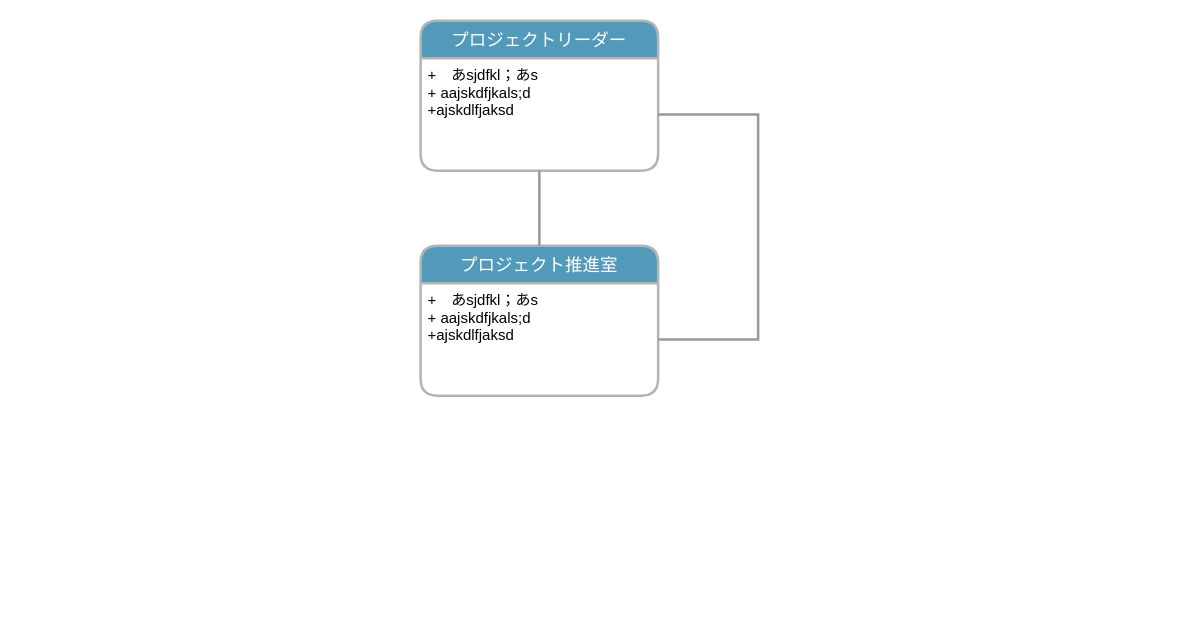
YuseiKawai/Otsuka keeps this draw.io diagram as page "PJ_structure" (5 of 8) of DDProcess.drawio. Above is the earlier version. Source tidied: cells renumbered, new cells numbered last; positions are measured from the earlier drawing's top-left corner, leaving out a move shared by most shapes. Both pictures are drawn from the tidied source at 125%, with x=0, y=0 at pixel (420, 20).
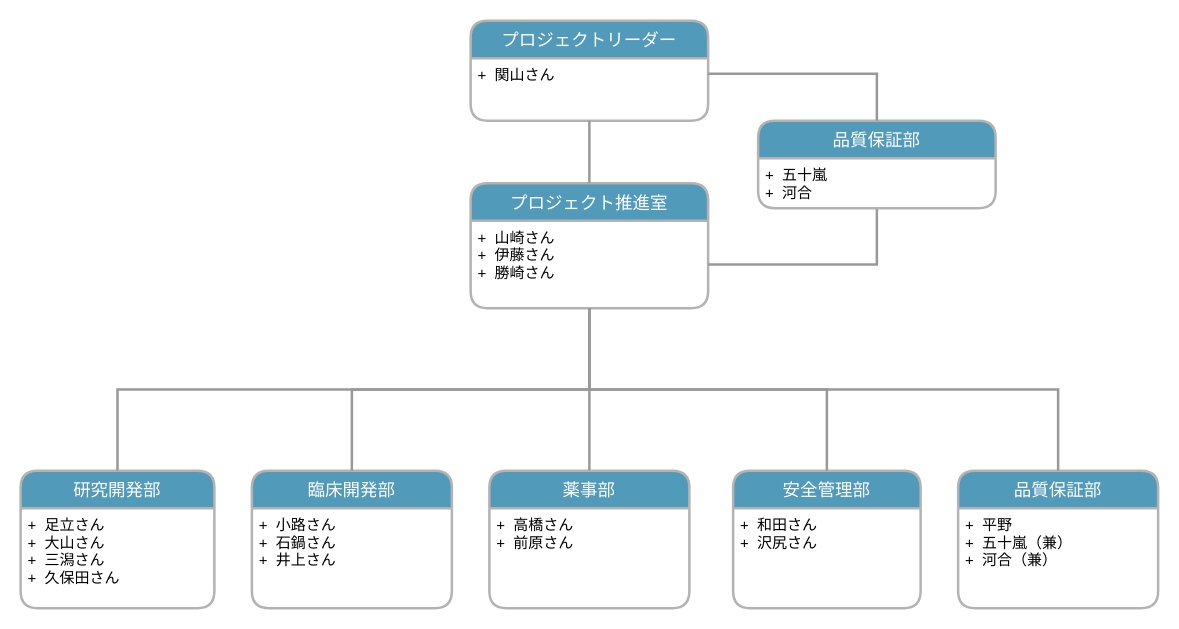
After the change.

What changed in the source:
```diff
@@
     <mxCell id="2" value="プロジェクトリーダー" style="swimlane;horizontal=1;startSize=30;rounded=1;fontSize=14;fontStyle=0;strokeWidth=2;shadow=0;dashed=0;align=center;fillColor=#529ABA;fontColor=#FFFFFF;strokeColor=#B3B3B3;" parent="1" vertex="1">
-      <mxGeometry width="190" height="120" as="geometry" />
+      <mxGeometry x="40" width="190" height="80" as="geometry" />
     </mxCell>
-    <mxCell id="3" value="+　あsjdfkl；あs&#10;+ aajskdfjkals;d&#10;+ajskdlfjaksd&#10;" style="align=left;strokeColor=none;fillColor=none;spacingLeft=4;fontSize=12;verticalAlign=top;" parent="2" vertex="1">
-      <mxGeometry y="30" width="190" height="90" as="geometry" />
+    <mxCell id="3" value="+  関山さん" style="align=left;strokeColor=none;fillColor=none;spacingLeft=4;fontSize=12;verticalAlign=top;" parent="2" vertex="1">
+      <mxGeometry y="30" width="190" height="50" as="geometry" />
     </mxCell>
     <mxCell id="4" value="プロジェクト推進室" style="swimlane;horizontal=1;startSize=30;rounded=1;fontSize=14;fontStyle=0;strokeWidth=2;shadow=0;dashed=0;align=center;fillColor=#529ABA;fontColor=#FFFFFF;strokeColor=#B3B3B3;" parent="1" vertex="1">
-      <mxGeometry y="180" width="190" height="120" as="geometry" />
+      <mxGeometry x="40" y="130" width="190" height="100" as="geometry" />
     </mxCell>
-    <mxCell id="5" value="+　あsjdfkl；あs&#10;+ aajskdfjkals;d&#10;+ajskdlfjaksd&#10;" style="align=left;strokeColor=none;fillColor=none;spacingLeft=4;fontSize=12;verticalAlign=top;" parent="4" vertex="1">
-      <mxGeometry y="30" width="190" height="90" as="geometry" />
+    <mxCell id="5" value="+  山崎さん&#10;+  伊藤さん&#10;+  勝崎さん&#10;" style="align=left;strokeColor=none;fillColor=none;spacingLeft=4;fontSize=12;verticalAlign=top;" parent="4" vertex="1">
+      <mxGeometry y="30" width="190" height="70" as="geometry" />
     </mxCell>
@@
-    <mxCell id="7" style="edgeStyle=orthogonalEdgeStyle;rounded=0;jettySize=auto;html=1;exitX=1;exitY=0.5;exitDx=0;exitDy=0;entryX=1;entryY=0.5;entryDx=0;entryDy=0;fontSize=18;fontColor=#FFFFFF;startArrow=none;startFill=0;endArrow=none;endFill=0;strokeColor=#999999;strokeWidth=2;" parent="1" edge="1" source="3" target="5">
-      <mxGeometry relative="1" as="geometry">
-        <Array as="points">
-          <mxPoint x="270" y="75" />
-          <mxPoint x="270" y="255" />
-        </Array>
-      </mxGeometry>
-    </mxCell>
+    <mxCell id="8" value="研究開発部" style="swimlane;horizontal=1;startSize=30;rounded=1;fontSize=14;fontStyle=0;strokeWidth=2;shadow=0;dashed=0;align=center;fillColor=#529ABA;fontColor=#FFFFFF;strokeColor=#B3B3B3;" parent="1" vertex="1">
+      <mxGeometry x="-320" y="360" width="155" height="110" as="geometry" />
+    </mxCell>
+    <mxCell id="9" value="+  足立さん&#10;+  大山さん&#10;+  三潟さん&#10;+  久保田さん" style="align=left;strokeColor=none;fillColor=none;spacingLeft=4;fontSize=12;verticalAlign=top;" parent="8" vertex="1">
+      <mxGeometry y="30" width="155" height="80" as="geometry" />
+    </mxCell>
+    <mxCell id="10" style="edgeStyle=orthogonalEdgeStyle;rounded=0;jettySize=auto;html=1;exitX=0.5;exitY=1;exitDx=0;exitDy=0;entryX=0.5;entryY=0;entryDx=0;entryDy=0;fontSize=18;fontColor=#666666;startArrow=none;startFill=0;endArrow=none;endFill=0;strokeColor=#999999;strokeWidth=2;" parent="1" edge="1" source="5" target="8">
+      <mxGeometry relative="1" as="geometry" />
+    </mxCell>
+    <mxCell id="11" value="臨床開発部" style="swimlane;horizontal=1;startSize=30;rounded=1;fontSize=14;fontStyle=0;strokeWidth=2;shadow=0;dashed=0;align=center;fillColor=#529ABA;fontColor=#FFFFFF;strokeColor=#B3B3B3;" parent="1" vertex="1">
+      <mxGeometry x="-135" y="360" width="160" height="110" as="geometry" />
+    </mxCell>
+    <mxCell id="12" value="+  小路さん&#10;+  石鍋さん&#10;+  井上さん&#10;" style="align=left;strokeColor=none;fillColor=none;spacingLeft=4;fontSize=12;verticalAlign=top;" parent="11" vertex="1">
+      <mxGeometry y="30" width="160" height="80" as="geometry" />
+    </mxCell>
+    <mxCell id="13" value="薬事部" style="swimlane;horizontal=1;startSize=30;rounded=1;fontSize=14;fontStyle=0;strokeWidth=2;shadow=0;dashed=0;align=center;fillColor=#529ABA;fontColor=#FFFFFF;strokeColor=#B3B3B3;" parent="1" vertex="1">
+      <mxGeometry x="55" y="360" width="160" height="110" as="geometry" />
+    </mxCell>
+    <mxCell id="14" value="+  高橋さん&#10;+  前原さん" style="align=left;strokeColor=none;fillColor=none;spacingLeft=4;fontSize=12;verticalAlign=top;" parent="13" vertex="1">
+      <mxGeometry y="30" width="160" height="80" as="geometry" />
+    </mxCell>
+    <mxCell id="15" value="安全管理部" style="swimlane;horizontal=1;startSize=30;rounded=1;fontSize=14;fontStyle=0;strokeWidth=2;shadow=0;dashed=0;align=center;fillColor=#529ABA;fontColor=#FFFFFF;strokeColor=#B3B3B3;" parent="1" vertex="1">
+      <mxGeometry x="250" y="360" width="150" height="110" as="geometry" />
+    </mxCell>
+    <mxCell id="16" value="+  和田さん&#10;+  沢尻さん" style="align=left;strokeColor=none;fillColor=none;spacingLeft=4;fontSize=12;verticalAlign=top;" parent="15" vertex="1">
+      <mxGeometry y="30" width="150" height="80" as="geometry" />
+    </mxCell>
+    <mxCell id="17" style="edgeStyle=orthogonalEdgeStyle;rounded=0;jettySize=auto;html=1;exitX=0.5;exitY=1;exitDx=0;exitDy=0;entryX=1;entryY=0.5;entryDx=0;entryDy=0;fontSize=18;fontColor=#666666;startArrow=none;startFill=0;endArrow=none;endFill=0;strokeColor=#999999;strokeWidth=2;" parent="1" edge="1" source="18" target="5">
+      <mxGeometry relative="1" as="geometry" />
+    </mxCell>
+    <mxCell id="18" value="品質保証部" style="swimlane;horizontal=1;startSize=30;rounded=1;fontSize=14;fontStyle=0;strokeWidth=2;shadow=0;dashed=0;align=center;fillColor=#529ABA;fontColor=#FFFFFF;strokeColor=#B3B3B3;" parent="1" vertex="1">
+      <mxGeometry x="270" y="80" width="190" height="70" as="geometry" />
+    </mxCell>
+    <mxCell id="19" value="+  五十嵐&#10;+  河合&#10;" style="align=left;strokeColor=none;fillColor=none;spacingLeft=4;fontSize=12;verticalAlign=top;" parent="18" vertex="1">
+      <mxGeometry y="30" width="190" height="40" as="geometry" />
+    </mxCell>
+    <mxCell id="20" value="品質保証部" style="swimlane;horizontal=1;startSize=30;rounded=1;fontSize=14;fontStyle=0;strokeWidth=2;shadow=0;dashed=0;align=center;fillColor=#529ABA;fontColor=#FFFFFF;strokeColor=#B3B3B3;" parent="1" vertex="1">
+      <mxGeometry x="430" y="360" width="160" height="110" as="geometry" />
+    </mxCell>
+    <mxCell id="21" value="+  平野&#10;+  五十嵐（兼）&#10;+  河合（兼）&#10;" style="align=left;strokeColor=none;fillColor=none;spacingLeft=4;fontSize=12;verticalAlign=top;" parent="20" vertex="1">
+      <mxGeometry y="30" width="160" height="80" as="geometry" />
+    </mxCell>
+    <mxCell id="22" style="edgeStyle=orthogonalEdgeStyle;rounded=0;jettySize=auto;html=1;exitX=1;exitY=0.25;exitDx=0;exitDy=0;entryX=0.5;entryY=0;entryDx=0;entryDy=0;fontSize=18;fontColor=#666666;startArrow=none;startFill=0;endArrow=none;endFill=0;strokeColor=#999999;strokeWidth=2;" parent="1" edge="1" source="3" target="18">
+      <mxGeometry relative="1" as="geometry" />
+    </mxCell>
+    <mxCell id="23" style="edgeStyle=orthogonalEdgeStyle;rounded=0;jettySize=auto;html=1;exitX=0.5;exitY=1;exitDx=0;exitDy=0;entryX=0.5;entryY=0;entryDx=0;entryDy=0;fontSize=18;fontColor=#666666;startArrow=none;startFill=0;endArrow=none;endFill=0;strokeColor=#999999;strokeWidth=2;" parent="1" edge="1" source="5" target="11">
+      <mxGeometry relative="1" as="geometry" />
+    </mxCell>
+    <mxCell id="24" style="edgeStyle=orthogonalEdgeStyle;rounded=0;jettySize=auto;html=1;exitX=0.5;exitY=1;exitDx=0;exitDy=0;fontSize=18;fontColor=#666666;startArrow=none;startFill=0;endArrow=none;endFill=0;strokeColor=#999999;strokeWidth=2;" parent="1" edge="1" source="5" target="13">
+      <mxGeometry relative="1" as="geometry" />
+    </mxCell>
+    <mxCell id="25" style="edgeStyle=orthogonalEdgeStyle;rounded=0;jettySize=auto;html=1;exitX=0.5;exitY=1;exitDx=0;exitDy=0;entryX=0.5;entryY=0;entryDx=0;entryDy=0;fontSize=18;fontColor=#666666;startArrow=none;startFill=0;endArrow=none;endFill=0;strokeColor=#999999;strokeWidth=2;" parent="1" edge="1" source="5" target="15">
+      <mxGeometry relative="1" as="geometry" />
+    </mxCell>
+    <mxCell id="26" style="edgeStyle=orthogonalEdgeStyle;rounded=0;jettySize=auto;html=1;exitX=0.5;exitY=1;exitDx=0;exitDy=0;fontSize=18;fontColor=#666666;startArrow=none;startFill=0;endArrow=none;endFill=0;strokeColor=#999999;strokeWidth=2;" parent="1" edge="1" source="5" target="20">
+      <mxGeometry relative="1" as="geometry" />
+    </mxCell>
```
